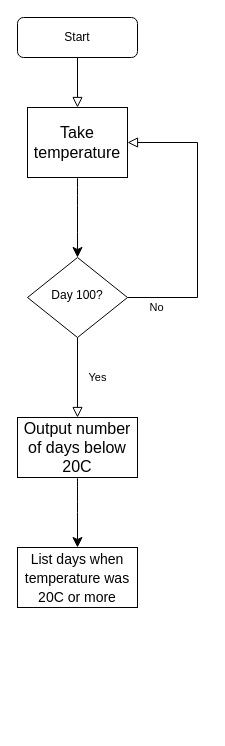
Hotdog-111/CompSci keeps this draw.io diagram as Temperatures.drawio. Above is the earlier version. Source tidied: cells renumbered, new cells numbered last; positions are measured from the earlier drawing's top-left corner, leaving out a move shared by most shapes. Both pictures are drawn from the tidied source at 100%, with x=0, y=0 at pixel (17, 17).
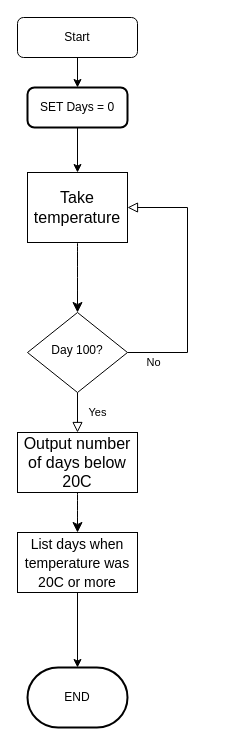
The same diagram, later.

Change to the diagram source:
```diff
@@
 <mxGraphModel>
   <root>
     <mxCell id="0" />
     <mxCell id="1" parent="0" />
-    <mxCell id="2" style="rounded=0;html=1;jettySize=auto;fontSize=11;endArrow=block;endFill=0;endSize=8;strokeWidth=1;shadow=0;labelBackgroundColor=none;edgeStyle=orthogonalEdgeStyle;entryX=0.5;entryY=0;entryDx=0;entryDy=0;" parent="1" edge="1" source="3" target="7">
-      <mxGeometry relative="1" as="geometry" />
-    </mxCell>
     <mxCell id="3" value="Start" style="rounded=1;whiteSpace=wrap;html=1;fontSize=12;glass=0;strokeWidth=1;shadow=0;" parent="1" vertex="1">
       <mxGeometry width="120" height="40" as="geometry" />
     </mxCell>
     <mxCell id="4" value="Yes" style="rounded=0;html=1;jettySize=auto;fontSize=11;endArrow=block;endFill=0;endSize=8;strokeWidth=1;shadow=0;labelBackgroundColor=none;edgeStyle=orthogonalEdgeStyle;entryX=0.5;entryY=0;entryDx=0;entryDy=0;" parent="1" edge="1" source="6" target="9">
       <mxGeometry y="20" relative="1" as="geometry" />
     </mxCell>
-    <mxCell id="5" value="No" style="edgeStyle=orthogonalEdgeStyle;rounded=0;html=1;jettySize=auto;fontSize=11;endArrow=block;endFill=0;endSize=8;strokeWidth=1;shadow=0;labelBackgroundColor=none;entryX=1;entryY=0.5;entryDx=0;entryDy=0;" parent="1" edge="1" source="6" target="7">
+    <mxCell id="5" value="No" style="edgeStyle=orthogonalEdgeStyle;rounded=0;html=1;jettySize=auto;fontSize=11;endArrow=block;endFill=0;endSize=8;strokeWidth=1;shadow=0;labelBackgroundColor=none;entryX=1;entryY=0.5;entryDx=0;entryDy=0;exitX=1;exitY=0.5;exitDx=0;exitDy=0;" parent="1" edge="1" source="6" target="7">
       <mxGeometry x="-0.8" y="-10" relative="1" as="geometry">
         <Array as="points">
-          <mxPoint x="180" y="280" />
-          <mxPoint x="180" y="125" />
+          <mxPoint x="170" y="335" />
+          <mxPoint x="170" y="190" />
         </Array>
       </mxGeometry>
     </mxCell>
     <mxCell id="6" value="Day 100?" style="rhombus;whiteSpace=wrap;html=1;shadow=0;fontFamily=Helvetica;fontSize=12;align=center;strokeWidth=1;spacing=6;spacingTop=-4;" parent="1" vertex="1">
-      <mxGeometry x="10" y="240" width="100" height="80" as="geometry" />
+      <mxGeometry x="10" y="295" width="100" height="80" as="geometry" />
     </mxCell>
     <mxCell id="7" value="Take temperature" style="rounded=0;whiteSpace=wrap;html=1;fontSize=16;" parent="1" vertex="1">
-      <mxGeometry x="10" y="90" width="100" height="70" as="geometry" />
+      <mxGeometry x="10" y="155" width="100" height="70" as="geometry" />
     </mxCell>
     <mxCell id="8" style="endArrow=classic;html=1;rounded=0;fontSize=12;startSize=8;endSize=8;curved=1;exitX=0.5;exitY=1;exitDx=0;exitDy=0;entryX=0.5;entryY=0;entryDx=0;entryDy=0;" parent="1" edge="1" source="7" target="6">
       <mxGeometry relative="1" as="geometry" />
     </mxCell>
     <mxCell id="9" value="Output number of days below 20C" style="rounded=0;whiteSpace=wrap;html=1;fontSize=16;" parent="1" vertex="1">
-      <mxGeometry y="400" width="120" height="60" as="geometry" />
+      <mxGeometry y="415" width="120" height="60" as="geometry" />
     </mxCell>
     <mxCell id="10" style="endArrow=classic;html=1;rounded=0;fontSize=12;startSize=8;endSize=8;curved=1;exitX=0.5;exitY=1;exitDx=0;exitDy=0;" parent="1" edge="1" source="9" target="11">
       <mxGeometry relative="1" as="geometry" />
     </mxCell>
+    <mxCell id="12" style="edgeStyle=orthogonalEdgeStyle;rounded=0;jettySize=auto;html=1;" parent="1" edge="1" source="11" target="16">
+      <mxGeometry relative="1" as="geometry" />
+    </mxCell>
     <mxCell id="11" value="&lt;font style=&quot;font-size: 14px;&quot;&gt;List days when temperature was 20C or more&lt;/font&gt;" style="rounded=0;whiteSpace=wrap;html=1;fontSize=16;" parent="1" vertex="1">
-      <mxGeometry y="530" width="120" height="60" as="geometry" />
+      <mxGeometry y="515" width="120" height="60" as="geometry" />
     </mxCell>
+    <mxCell id="13" value="SET Days = 0" style="rounded=1;whiteSpace=wrap;html=1;absoluteArcSize=1;arcSize=14;strokeWidth=2;" parent="1" vertex="1">
+      <mxGeometry x="10" y="70" width="100" height="40" as="geometry" />
+    </mxCell>
+    <mxCell id="14" style="endArrow=classic;html=1;rounded=0;exitX=0.5;exitY=1;exitDx=0;exitDy=0;entryX=0.5;entryY=0;entryDx=0;entryDy=0;" parent="1" edge="1" source="3" target="13">
+      <mxGeometry relative="1" as="geometry" />
+    </mxCell>
+    <mxCell id="15" style="endArrow=classic;html=1;rounded=0;exitX=0.5;exitY=1;exitDx=0;exitDy=0;entryX=0.5;entryY=0;entryDx=0;entryDy=0;" parent="1" edge="1" source="13" target="7">
+      <mxGeometry relative="1" as="geometry" />
+    </mxCell>
+    <mxCell id="16" value="END&lt;br&gt;" style="strokeWidth=2;html=1;shape=mxgraph.flowchart.terminator;whiteSpace=wrap;" parent="1" vertex="1">
+      <mxGeometry x="10" y="650" width="100" height="60" as="geometry" />
+    </mxCell>
   </root>
 </mxGraphModel>
```
